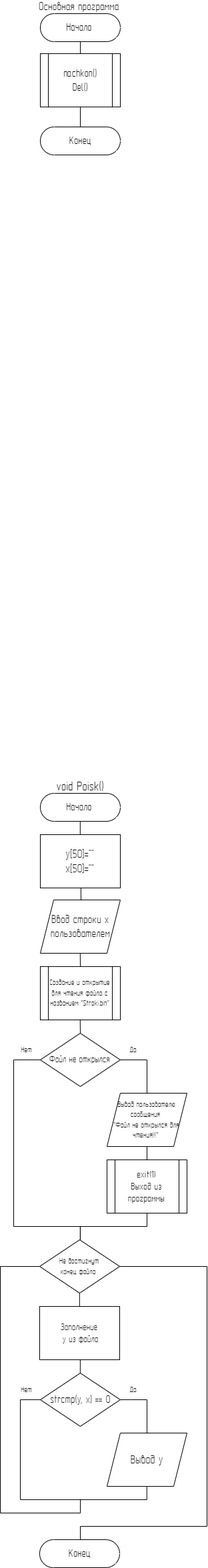
Earlier version of the draw.io export LAB_VP_8_2_1.png (KirillBaboshko/LAB_VP_8). Source tidied: cells renumbered, new cells last; positions are measured from the earlier drawing's top-left corner, leaving out a move shared by most shapes.
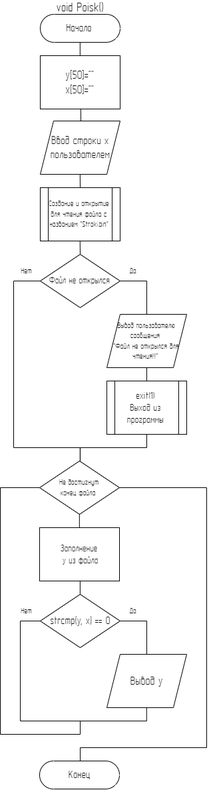
After the commit.

Change to the diagram source:
```diff
@@ -193,28 +193,5 @@
     <mxCell id="39" value="&lt;span style=&quot;font-size: 16px;&quot;&gt;Конец&lt;/span&gt;" style="html=1;dashed=0;whiteSpace=wrap;shape=mxgraph.dfd.start;fontFamily=GOST type A;" parent="1" vertex="1">
       <mxGeometry x="59" y="2310" width="120" height="42" as="geometry" />
     </mxCell>
-    <mxCell id="40" value="&lt;font style=&quot;font-size: 16px;&quot;&gt;Начало&amp;nbsp;&lt;/font&gt;" style="html=1;dashed=0;whiteSpace=wrap;shape=mxgraph.dfd.start;fontFamily=GOST type A;" parent="1" vertex="1">
-      <mxGeometry x="60" y="20" width="120" height="42" as="geometry" />
-    </mxCell>
-    <mxCell id="41" style="endArrow=none;html=1;rounded=0;exitX=0.5;exitY=1;exitDx=0;exitDy=0;entryX=0.5;entryY=0;entryDx=0;entryDy=0;" parent="1" edge="1">
-      <mxGeometry relative="1" as="geometry">
-        <mxPoint x="120" y="62" as="sourcePoint" />
-        <mxPoint x="120" y="82" as="targetPoint" />
-      </mxGeometry>
-    </mxCell>
-    <mxCell id="42" value="&lt;font style=&quot;font-size: 17px;&quot; face=&quot;GOST Type A&quot;&gt;Основная программа&amp;nbsp;&lt;/font&gt;" style="text;html=1;strokeColor=none;fillColor=none;align=center;verticalAlign=middle;whiteSpace=wrap;rounded=0;" parent="1" vertex="1">
-      <mxGeometry x="20" width="200" height="20" as="geometry" />
-    </mxCell>
-    <mxCell id="43" value="&lt;div style=&quot;font-size: 16px;&quot;&gt;&lt;font style=&quot;font-size: 16px;&quot; face=&quot;GOST Type A&quot;&gt;nachkon()&lt;/font&gt;&lt;/div&gt;&lt;div style=&quot;font-size: 16px;&quot;&gt;&lt;font style=&quot;font-size: 16px;&quot; face=&quot;GOST Type A&quot;&gt;Del()&lt;/font&gt;&lt;/div&gt;" style="shape=process;whiteSpace=wrap;html=1;backgroundOutline=1;" parent="1" vertex="1">
-      <mxGeometry x="60" y="80" width="120" height="80" as="geometry" />
-    </mxCell>
-    <mxCell id="44" style="endArrow=none;html=1;rounded=0;entryX=0.5;entryY=1;entryDx=0;entryDy=0;" parent="1" edge="1" target="43">
-      <mxGeometry relative="1" as="geometry">
-        <mxPoint x="120" y="200" as="sourcePoint" />
-      </mxGeometry>
-    </mxCell>
-    <mxCell id="45" value="&lt;span style=&quot;font-size: 16px;&quot;&gt;Конец&lt;/span&gt;" style="html=1;dashed=0;whiteSpace=wrap;shape=mxgraph.dfd.start;fontFamily=GOST type A;" parent="1" vertex="1">
-      <mxGeometry x="60" y="190" width="120" height="42" as="geometry" />
-    </mxCell>
   </root>
 </mxGraphModel>
```
